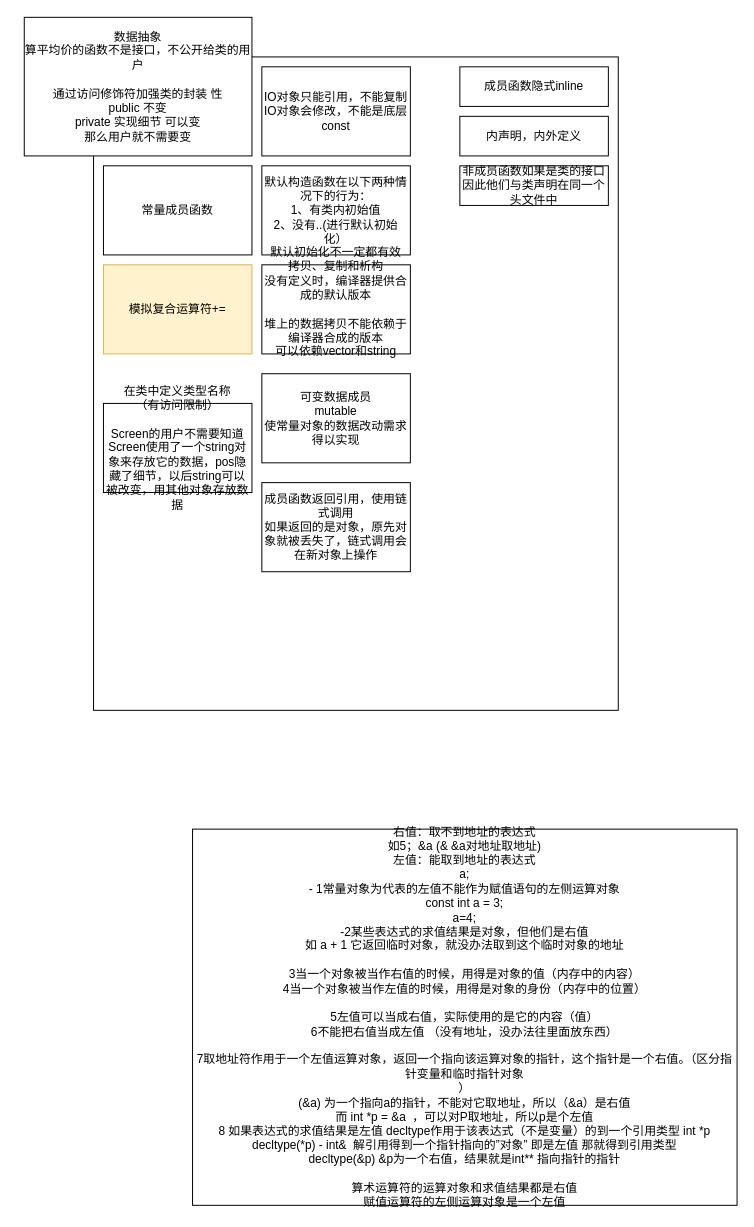
Above: Untitled Diagram.drawio in YannieCheung/botgrams (draw.io), before the change. Source tidied: cells renumbered, new cells numbered last; positions are measured from the earlier drawing's top-left corner, leaving out a move shared by most shapes. Both pictures are drawn from the tidied source at 99%, with x=0, y=0 at pixel (24, 17).
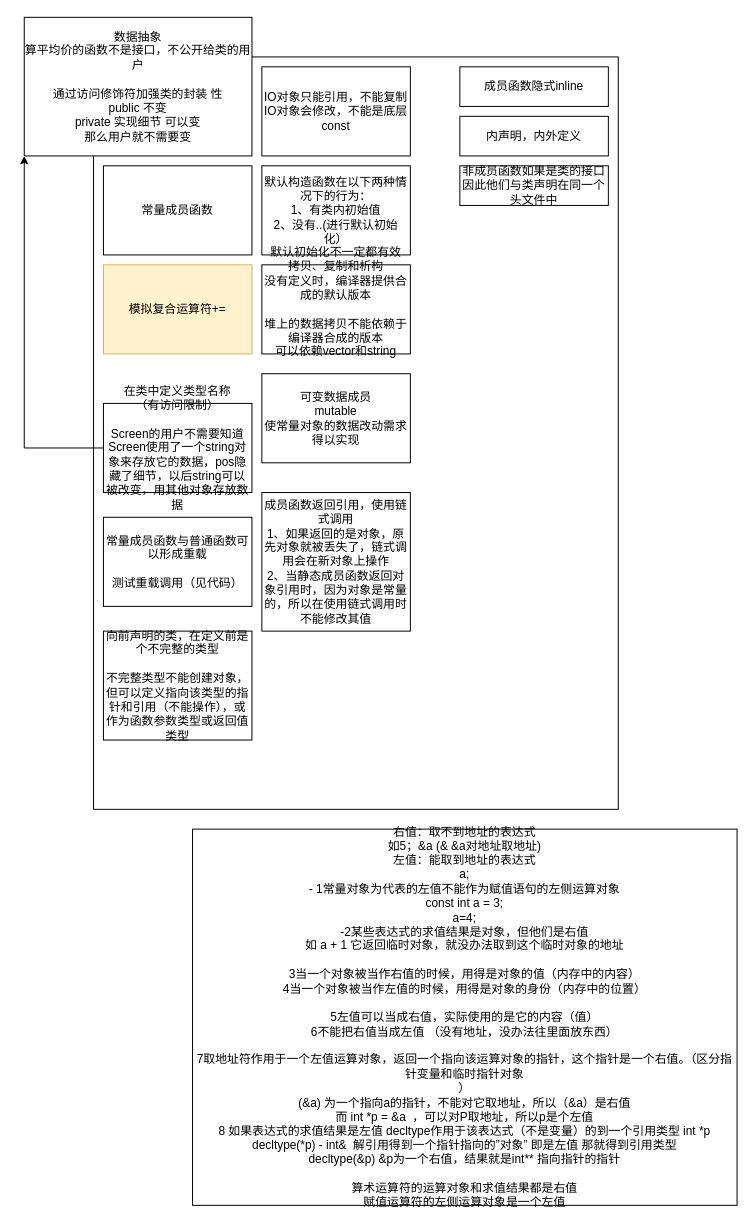
After the change.

Unchanged cells that the change refers to:
```xml
<mxCell id="3" value="数据抽象&lt;br&gt;算平均价的函数不是接口，不公开给类的用户&lt;br&gt;&lt;br&gt;通过访问修饰符加强类的封装 性&lt;br&gt;public 不变&lt;br&gt;private 实现细节 可以变&lt;br&gt;那么用户就不需要变" style="rounded=0;whiteSpace=wrap;html=1;" parent="1" vertex="1">
  <mxGeometry width="230" height="140" as="geometry" />
</mxCell>
<mxCell id="13" value="在类中定义类型名称&lt;br&gt;（有访问限制）&lt;br&gt;&lt;br&gt;Screen的用户不需要知道Screen使用了一个string对象来存放它的数据，pos隐藏了细节，以后string可以被改变，用其他对象存放数据" style="rounded=0;whiteSpace=wrap;html=1;" parent="1" vertex="1">
  <mxGeometry x="80" y="390" width="150" height="90" as="geometry" />
</mxCell>
```

The edit, as a diff of the source:
```diff
@@
     <mxCell id="2" style="rounded=0;whiteSpace=wrap;html=1;" parent="1" vertex="1">
-      <mxGeometry x="70" y="40" width="530" height="660" as="geometry" />
+      <mxGeometry x="70" y="40" width="530" height="760" as="geometry" />
     </mxCell>
@@
+    <mxCell id="16" style="edgeStyle=orthogonalEdgeStyle;rounded=0;jettySize=auto;html=1;entryX=0;entryY=1;entryDx=0;entryDy=0;" parent="1" edge="1" source="13" target="3">
+      <mxGeometry relative="1" as="geometry">
+        <Array as="points">
+          <mxPoint y="435" />
+        </Array>
+      </mxGeometry>
+    </mxCell>
@@
-    <mxCell id="15" value="成员函数返回引用，使用链式调用&lt;br&gt;如果返回的是对象，原先对象就被丢失了，链式调用会在新对象上操作" style="rounded=0;whiteSpace=wrap;html=1;" parent="1" vertex="1">
-      <mxGeometry x="240" y="470" width="150" height="90" as="geometry" />
+    <mxCell id="15" value="成员函数返回引用，使用链式调用&lt;br&gt;1、如果返回的是对象，原先对象就被丢失了，链式调用会在新对象上操作&lt;br&gt;2、当静态成员函数返回对象引用时，因为对象是常量的，所以在使用链式调用时不能修改其值" style="rounded=0;whiteSpace=wrap;html=1;" parent="1" vertex="1">
+      <mxGeometry x="240" y="480" width="150" height="140" as="geometry" />
     </mxCell>
+    <mxCell id="17" value="常量成员函数与普通函数可以形成重载&lt;br&gt;&lt;br&gt;测试重载调用（见代码）" style="rounded=0;whiteSpace=wrap;html=1;" parent="1" vertex="1">
+      <mxGeometry x="80" y="505" width="150" height="90" as="geometry" />
+    </mxCell>
+    <mxCell id="18" value="向前声明的类，在定义前是个不完整的类型&lt;br&gt;&lt;br&gt;不完整类型不能创建对象，但可以定义指向该类型的指针和引用（不能操作），或作为函数参数类型或返回值类型" style="rounded=0;whiteSpace=wrap;html=1;" parent="1" vertex="1">
+      <mxGeometry x="80" y="620" width="150" height="110" as="geometry" />
+    </mxCell>
```
